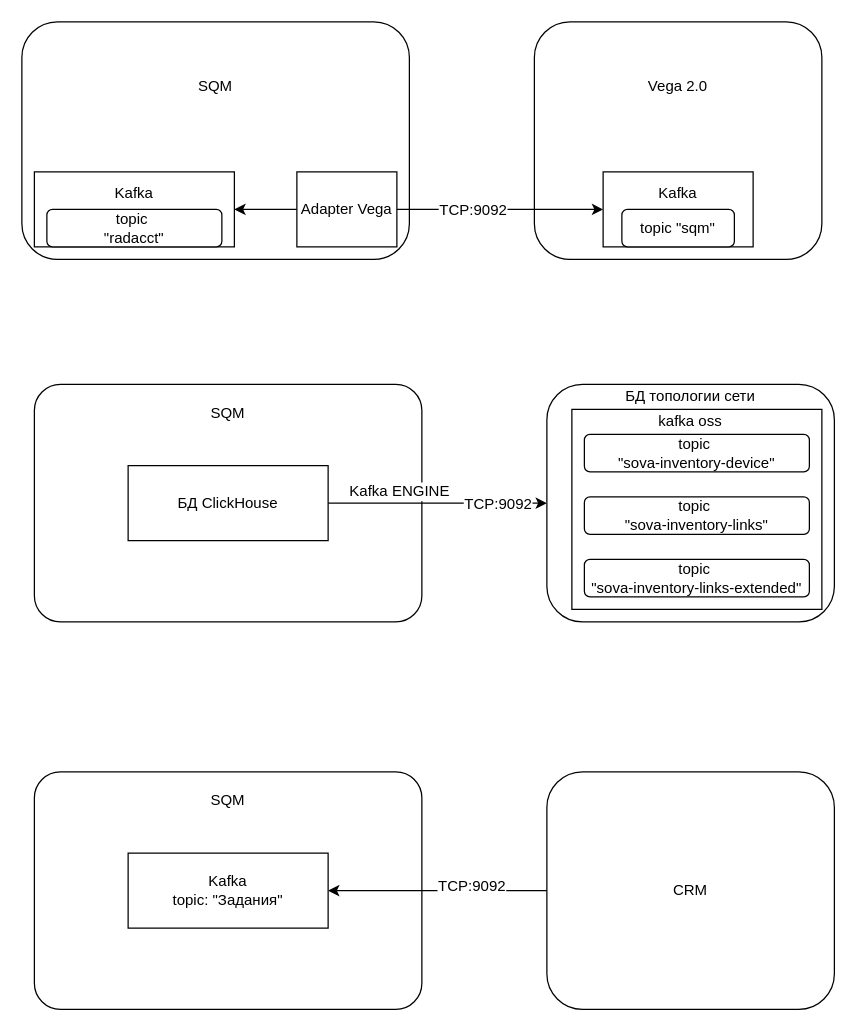
Above: vega.drawio in qqmax7/test (draw.io), before the change. Source tidied: cells renumbered, new cells numbered last; positions are measured from the earlier drawing's top-left corner, leaving out a move shared by most shapes. Both pictures are drawn from the tidied source at 125%, with x=0, y=0 at pixel (21, 21).
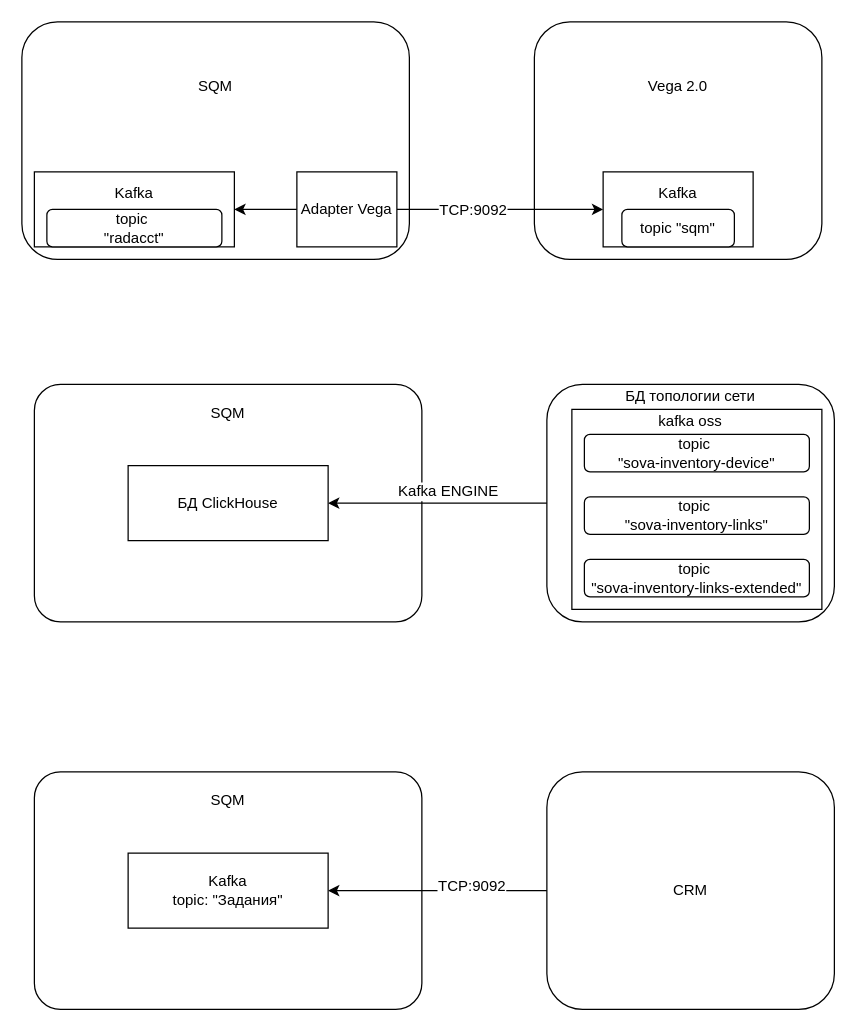
The same diagram, later.

Unchanged cells that the change refers to:
```xml
<mxCell id="12" style="rounded=1;whiteSpace=wrap;html=1;align=top;" parent="1" vertex="1">
  <mxGeometry x="420" y="290" width="230" height="190" as="geometry" />
</mxCell>
<mxCell id="19" value="БД ClickHouse" style="rounded=0;whiteSpace=wrap;html=1;align=center;shadow=0;imageVerticalAlign=top;imageAspect=0;imageAlign=center;overflow=visible;" parent="1" vertex="1">
  <mxGeometry x="85" y="355" width="160" height="60" as="geometry" />
</mxCell>
```

Change to the diagram source:
```diff
@@
-    <mxCell id="16" style="edgeStyle=orthogonalEdgeStyle;rounded=0;jettySize=auto;html=1;fontFamily=Helvetica;fontSize=12;fontColor=default;exitX=1;exitY=0.5;exitDx=0;exitDy=0;" parent="1" edge="1" source="19" target="12">
+    <mxCell id="16" style="edgeStyle=orthogonalEdgeStyle;rounded=0;jettySize=auto;html=1;fontFamily=Helvetica;fontSize=12;fontColor=default;exitX=0;exitY=0.5;exitDx=0;exitDy=0;entryX=1;entryY=0.5;entryDx=0;entryDy=0;" parent="1" edge="1" source="12" target="19">
       <mxGeometry relative="1" as="geometry" />
     </mxCell>
-    <mxCell id="17" value="TCP:9092" style="edgeLabel;html=1;align=center;verticalAlign=middle;rounded=0;shadow=0;strokeColor=default;fontFamily=Helvetica;fontSize=12;fontColor=default;fillColor=default;" parent="16" vertex="1">
+    <mxCell id="17" style="edgeLabel;html=1;align=center;verticalAlign=middle;rounded=0;shadow=0;strokeColor=default;fontFamily=Helvetica;fontSize=12;fontColor=default;fillColor=default;" parent="16" vertex="1">
       <mxGeometry x="-0.08" y="-2" relative="1" as="geometry">
         <mxPoint x="54" y="-2" as="offset" />
       </mxGeometry>
     </mxCell>
     <mxCell id="18" value="Kafka ENGINE" style="edgeLabel;html=1;align=center;verticalAlign=middle;rounded=1;strokeColor=default;fontFamily=Helvetica;fontSize=12;fontColor=default;fillColor=default;" parent="16" vertex="1">
       <mxGeometry x="-0.62" relative="1" as="geometry">
-        <mxPoint x="23" y="-10" as="offset" />
+        <mxPoint x="-47" y="-10" as="offset" />
       </mxGeometry>
     </mxCell>
```
